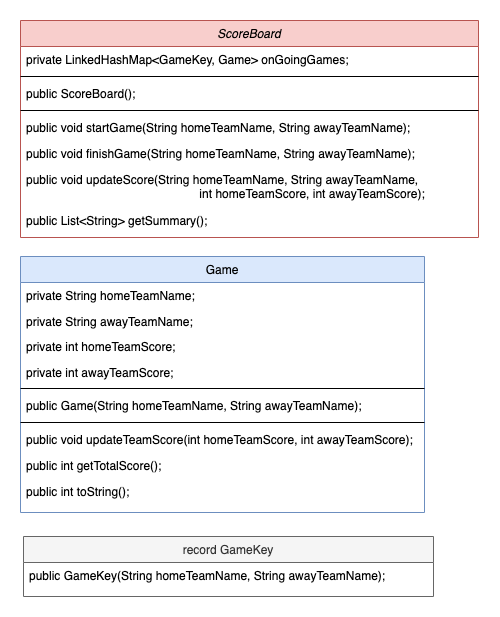
This is docs/class_component_diagram.png from krisschaaf/football_wc_score_board, a draw.io export, as it was before one commit. Source tidied: cells renumbered, new cells last; positions are measured from the earlier drawing's top-left corner, leaving out a move shared by most shapes.
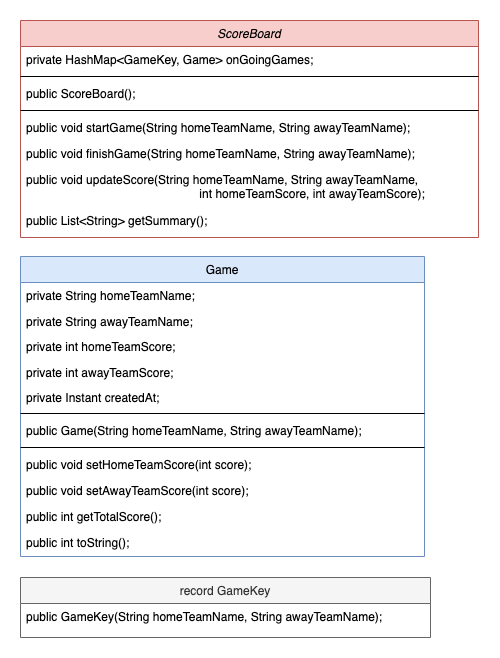
Later version of the same file.

Change to the diagram source:
```diff
@@ -5,7 +5,7 @@
     <mxCell id="2" value="ScoreBoard" style="swimlane;fontStyle=2;align=center;verticalAlign=top;horizontal=1;startSize=26;rounded=0;shadow=0;strokeWidth=1;fillColor=#f8cecc;strokeColor=#b85450;" parent="1" vertex="1">
       <mxGeometry width="458" height="217" as="geometry" />
     </mxCell>
-    <mxCell id="3" value="private LinkedHashMap&lt;GameKey, Game&gt; onGoingGames;" style="text;align=left;verticalAlign=top;spacingLeft=4;spacingRight=4;overflow=hidden;" parent="2" vertex="1">
+    <mxCell id="3" value="private HashMap&lt;GameKey, Game&gt; onGoingGames;" style="text;align=left;verticalAlign=top;spacingLeft=4;spacingRight=4;overflow=hidden;" parent="2" vertex="1">
       <mxGeometry y="26" width="458" height="26" as="geometry" />
     </mxCell>
     <mxCell id="4" style="line;html=1;strokeWidth=1;align=left;verticalAlign=middle;spacingTop=-1;spacingLeft=3;spacingRight=3;labelPosition=right;" parent="2" vertex="1">
@@ -30,7 +30,7 @@
       <mxGeometry y="187" width="458" height="26" as="geometry" />
     </mxCell>
     <mxCell id="11" value="Game" style="swimlane;fontStyle=0;align=center;verticalAlign=top;horizontal=1;startSize=26;rounded=0;shadow=0;strokeWidth=1;fillColor=#dae8fc;strokeColor=#6c8ebf;" parent="1" vertex="1">
-      <mxGeometry y="236" width="404" height="256" as="geometry" />
+      <mxGeometry y="236" width="404" height="300" as="geometry" />
     </mxCell>
     <mxCell id="12" value="private String homeTeamName;" style="text;align=left;verticalAlign=top;spacingLeft=4;spacingRight=4;overflow=hidden;" parent="11" vertex="1">
       <mxGeometry y="26" width="404" height="26" as="geometry" />
@@ -44,26 +44,32 @@
     <mxCell id="15" value="private int awayTeamScore;&#10;" style="text;align=left;verticalAlign=top;spacingLeft=4;spacingRight=4;overflow=hidden;" parent="11" vertex="1">
       <mxGeometry y="103" width="404" height="25" as="geometry" />
     </mxCell>
+    <mxCell id="24" value="private Instant createdAt;" style="text;align=left;verticalAlign=top;spacingLeft=4;spacingRight=4;overflow=hidden;" parent="11" vertex="1">
+      <mxGeometry y="128" width="404" height="25" as="geometry" />
+    </mxCell>
     <mxCell id="16" style="line;html=1;strokeWidth=1;align=left;verticalAlign=middle;spacingTop=-1;spacingLeft=3;spacingRight=3;labelPosition=right;" parent="11" vertex="1">
-      <mxGeometry y="128" width="404" height="8" as="geometry" />
+      <mxGeometry y="153" width="404" height="8" as="geometry" />
     </mxCell>
     <mxCell id="17" value="public Game(String homeTeamName, String awayTeamName);" style="text;align=left;verticalAlign=top;spacingLeft=4;spacingRight=4;overflow=hidden;" parent="11" vertex="1">
-      <mxGeometry y="136" width="404" height="26" as="geometry" />
+      <mxGeometry y="161" width="404" height="26" as="geometry" />
     </mxCell>
     <mxCell id="18" style="line;html=1;strokeWidth=1;align=left;verticalAlign=middle;spacingTop=-1;spacingLeft=3;spacingRight=3;labelPosition=right;" parent="11" vertex="1">
-      <mxGeometry y="162" width="404" height="8" as="geometry" />
+      <mxGeometry y="187" width="404" height="8" as="geometry" />
     </mxCell>
-    <mxCell id="19" value="public void updateTeamScore(int homeTeamScore, int awayTeamScore);" style="text;align=left;verticalAlign=top;spacingLeft=4;spacingRight=4;overflow=hidden;" parent="11" vertex="1">
-      <mxGeometry y="170" width="404" height="26" as="geometry" />
-    </mxCell>
+    <mxCell id="25" value="public void setHomeTeamScore(int score);" style="text;align=left;verticalAlign=top;spacingLeft=4;spacingRight=4;overflow=hidden;" parent="11" vertex="1">
+      <mxGeometry y="195" width="404" height="26" as="geometry" />
+    </mxCell>
+    <mxCell id="26" value="public void setAwayTeamScore(int score);" style="text;align=left;verticalAlign=top;spacingLeft=4;spacingRight=4;overflow=hidden;" parent="11" vertex="1">
+      <mxGeometry y="221" width="404" height="26" as="geometry" />
+    </mxCell>
     <mxCell id="20" value="public int getTotalScore();" style="text;align=left;verticalAlign=top;spacingLeft=4;spacingRight=4;overflow=hidden;" parent="11" vertex="1">
-      <mxGeometry y="196" width="404" height="26" as="geometry" />
+      <mxGeometry y="247" width="404" height="26" as="geometry" />
     </mxCell>
     <mxCell id="21" value="public int toString();" style="text;align=left;verticalAlign=top;spacingLeft=4;spacingRight=4;overflow=hidden;" parent="11" vertex="1">
-      <mxGeometry y="222" width="404" height="26" as="geometry" />
+      <mxGeometry y="273" width="404" height="26" as="geometry" />
     </mxCell>
     <mxCell id="22" value="record GameKey" style="swimlane;fontStyle=0;align=center;verticalAlign=top;horizontal=1;startSize=26;rounded=0;shadow=0;strokeWidth=1;fillColor=#f5f5f5;fontColor=#333333;strokeColor=#666666;" parent="1" vertex="1">
-      <mxGeometry x="3" y="516" width="410" height="60" as="geometry" />
+      <mxGeometry y="557" width="410" height="60" as="geometry" />
     </mxCell>
     <mxCell id="23" value="public GameKey(String homeTeamName, String awayTeamName);" style="text;align=left;verticalAlign=top;spacingLeft=4;spacingRight=4;overflow=hidden;" parent="22" vertex="1">
       <mxGeometry y="26" width="410" height="26" as="geometry" />
```
